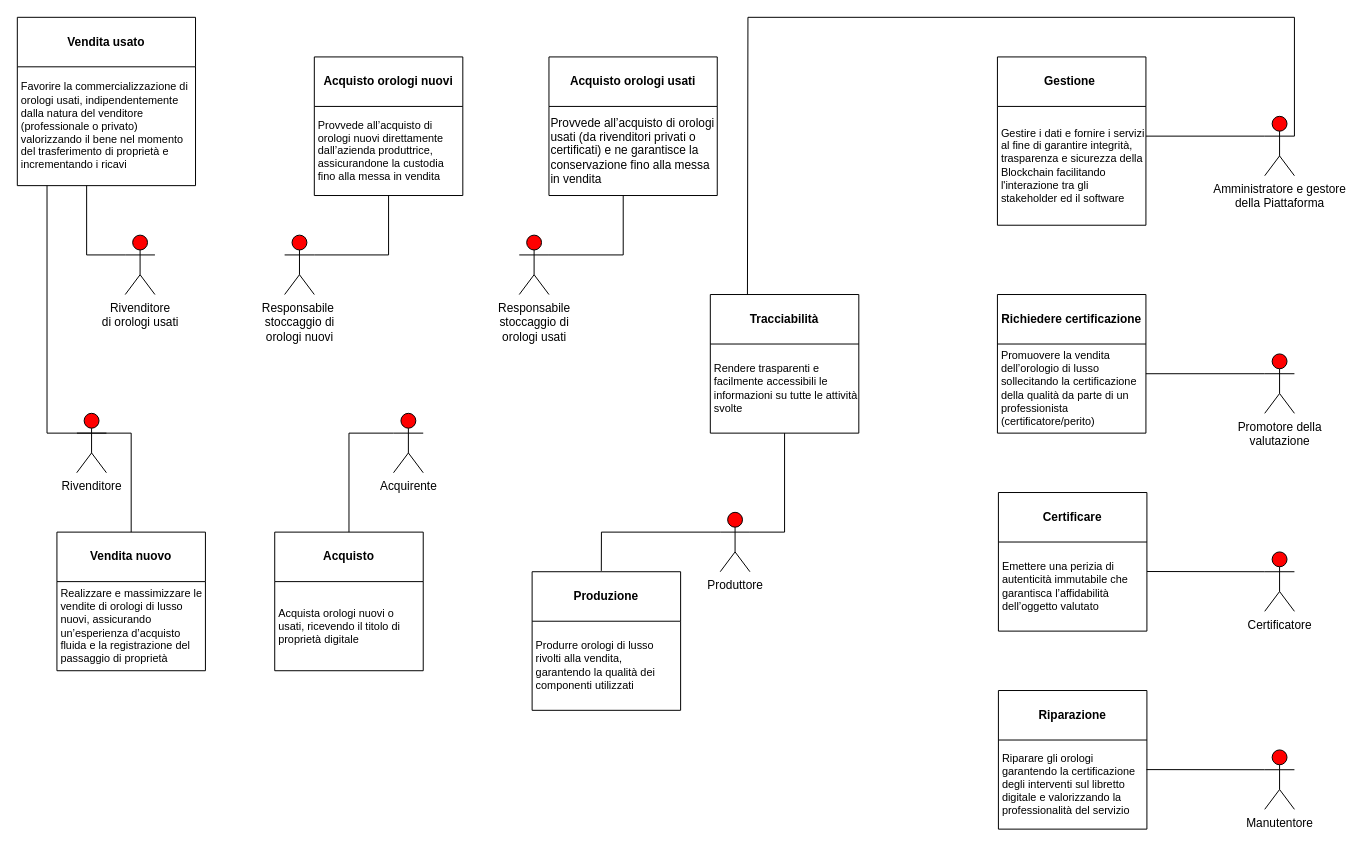
Before: Diagrammi/Capitolo3/GoalRoleDiagram.drawio in Vittorio92/ProgettoSistemiInformativi, a draw.io diagram. Source tidied: cells renumbered, new cells numbered last; positions are measured from the earlier drawing's top-left corner, leaving out a move shared by most shapes. Both pictures are drawn from the tidied source at 99%, with x=0, y=0 at pixel (17, 17).
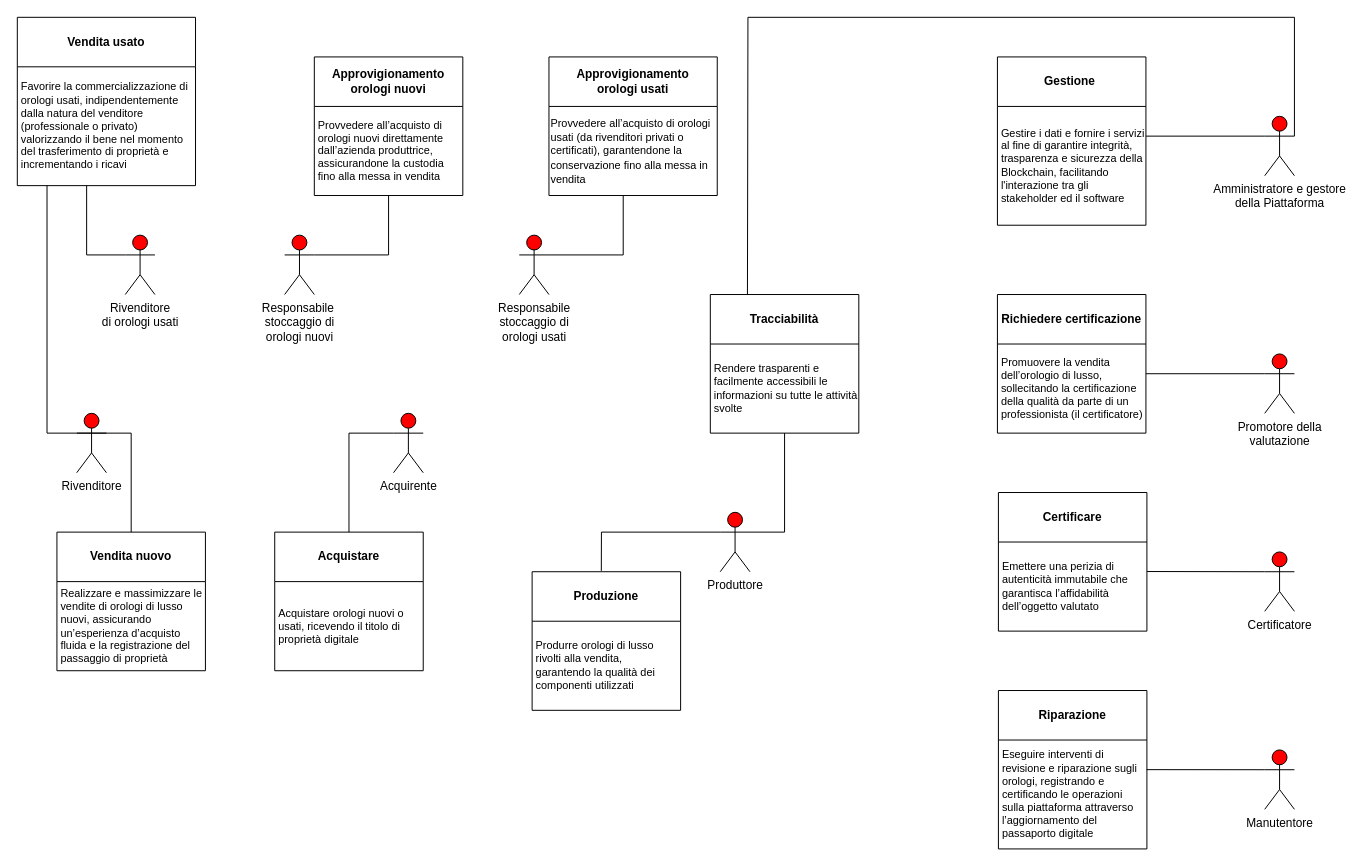
Above is the later version.

Commit message (it also covers changes not shown here):
Modifiche diagrammi Capitolo3

Unchanged cells that the change refers to:
```xml
<mxCell id="3" value="Manutentore" style="shape=umlActor;verticalLabelPosition=bottom;verticalAlign=top;html=1;fillColor=#FF0000;" parent="1" vertex="1">
  <mxGeometry x="1260" y="740" width="30" height="60" as="geometry" />
</mxCell>
<mxCell id="11" value="&lt;b&gt;Gestione&amp;nbsp;&lt;/b&gt;" style="swimlane;fontStyle=0;horizontal=1;startSize=50;whiteSpace=wrap;html=1;" parent="1" vertex="1">
  <mxGeometry x="990" y="40" width="150" height="170" as="geometry" />
</mxCell>
<mxCell id="44" value="&lt;b&gt;Richiedere certificazione&lt;/b&gt;" style="swimlane;fontStyle=0;horizontal=1;startSize=50;whiteSpace=wrap;html=1;" parent="1" vertex="1">
  <mxGeometry x="990" y="280" width="150" height="140" as="geometry" />
</mxCell>
```

The edit, as a diff of the source:
```diff
@@
-    <mxCell id="12" value="Gestire i dati e fornire i servizi al fine di garantire integrità, trasparenza e sicurezza della Blockchain&amp;nbsp;&lt;span style=&quot;background-color: transparent; color: light-dark(rgb(0, 0, 0), rgb(255, 255, 255));&quot;&gt;facilitando l'interazione tra gli stakeholder ed il software&lt;/span&gt;" style="text;html=1;whiteSpace=wrap;strokeColor=none;fillColor=none;align=left;verticalAlign=middle;rounded=0;fontSize=11;spacingLeft=2;" parent="11" vertex="1">
+    <mxCell id="12" value="Gestire i dati e fornire i servizi al fine di garantire integrità, trasparenza e sicurezza della Blockchain,&amp;nbsp;&lt;span style=&quot;background-color: transparent; color: light-dark(rgb(0, 0, 0), rgb(255, 255, 255));&quot;&gt;facilitando l'interazione tra gli stakeholder ed il software&lt;/span&gt;" style="text;html=1;whiteSpace=wrap;strokeColor=none;fillColor=none;align=left;verticalAlign=middle;rounded=0;fontSize=11;spacingLeft=2;" parent="11" vertex="1">
       <mxGeometry y="50" width="150" height="120" as="geometry" />
     </mxCell>
@@
     <mxCell id="15" value="&lt;b&gt;Riparazione&lt;/b&gt;" style="swimlane;fontStyle=0;horizontal=1;startSize=50;whiteSpace=wrap;html=1;" parent="1" vertex="1">
-      <mxGeometry x="991" y="680" width="150" height="140" as="geometry" />
+      <mxGeometry x="991" y="680" width="150" height="160" as="geometry" />
     </mxCell>
-    <mxCell id="16" value="Riparare gli orologi garantendo la certificazione degli interventi sul libretto digitale e valorizzando la professionalità del servizio" style="text;html=1;whiteSpace=wrap;strokeColor=none;fillColor=none;align=left;verticalAlign=middle;rounded=0;fontSize=11;spacingLeft=2;" parent="15" vertex="1">
-      <mxGeometry y="50" width="150" height="90" as="geometry" />
+    <mxCell id="16" value="Eseguire interventi di revisione e riparazione sugli orologi, registrando e certificando le operazioni sulla piattaforma attraverso l’aggiornamento del passaporto digitale" style="text;html=1;whiteSpace=wrap;strokeColor=none;fillColor=none;align=left;verticalAlign=middle;rounded=0;fontSize=11;spacingLeft=2;" parent="15" vertex="1">
+      <mxGeometry y="50" width="150" height="110" as="geometry" />
     </mxCell>
@@
-    <mxCell id="23" value="&lt;b&gt;Acquisto orologi usati&lt;/b&gt;" style="swimlane;fontStyle=0;horizontal=1;startSize=50;whiteSpace=wrap;html=1;align=center;" parent="1" vertex="1">
+    <mxCell id="23" value="&lt;b&gt;Approvigionamento&lt;/b&gt;&lt;div&gt;&lt;b&gt;orologi usati&lt;/b&gt;&lt;/div&gt;" style="swimlane;fontStyle=0;horizontal=1;startSize=50;whiteSpace=wrap;html=1;align=center;" parent="1" vertex="1">
       <mxGeometry x="537" y="40" width="170" height="140" as="geometry" />
     </mxCell>
-    <mxCell id="24" value="Provvede all’acquisto di orologi usati (da rivenditori privati o certificati) e ne garantisce la conservazione fino alla messa in vendita" style="text;html=1;whiteSpace=wrap;strokeColor=none;fillColor=none;align=left;verticalAlign=middle;rounded=0;" parent="23" vertex="1">
+    <mxCell id="24" value="&lt;font style=&quot;font-size: 11px;&quot;&gt;Provvedere all’acquisto di orologi usati (da rivenditori privati o certificati), garantendone la conservazione fino alla messa in vendita&lt;/font&gt;" style="text;html=1;whiteSpace=wrap;strokeColor=none;fillColor=none;align=left;verticalAlign=middle;rounded=0;" parent="23" vertex="1">
       <mxGeometry y="50" width="170" height="90" as="geometry" />
     </mxCell>
@@
-    <mxCell id="27" value="&lt;b&gt;Acquisto orologi nuovi&lt;/b&gt;" style="swimlane;fontStyle=0;horizontal=1;startSize=50;whiteSpace=wrap;html=1;" parent="1" vertex="1">
+    <mxCell id="27" value="&lt;b&gt;Approvigionamento&lt;/b&gt;&lt;div&gt;&lt;b&gt;orologi nuovi&lt;/b&gt;&lt;/div&gt;" style="swimlane;fontStyle=0;horizontal=1;startSize=50;whiteSpace=wrap;html=1;" parent="1" vertex="1">
       <mxGeometry x="300" y="40" width="150" height="140" as="geometry" />
     </mxCell>
-    <mxCell id="28" value="Provvede all’acquisto di orologi nuovi direttamente dall’azienda produttrice, assicurandone la custodia fino alla messa in vendita" style="text;html=1;whiteSpace=wrap;strokeColor=none;fillColor=none;align=left;verticalAlign=middle;rounded=0;fontSize=11;spacingLeft=2;" parent="27" vertex="1">
+    <mxCell id="28" value="Provvedere all’acquisto di orologi nuovi direttamente dall’azienda produttrice, assicurandone la custodia fino alla messa in vendita" style="text;html=1;whiteSpace=wrap;strokeColor=none;fillColor=none;align=left;verticalAlign=middle;rounded=0;fontSize=11;spacingLeft=2;" parent="27" vertex="1">
       <mxGeometry y="50" width="150" height="90" as="geometry" />
     </mxCell>
-    <mxCell id="29" value="&lt;b&gt;Acquisto&lt;/b&gt;" style="swimlane;fontStyle=0;horizontal=1;startSize=50;whiteSpace=wrap;html=1;" parent="1" vertex="1">
+    <mxCell id="29" value="&lt;b&gt;Acquistare&lt;/b&gt;" style="swimlane;fontStyle=0;horizontal=1;startSize=50;whiteSpace=wrap;html=1;" parent="1" vertex="1">
       <mxGeometry x="260" y="520" width="150" height="140" as="geometry" />
     </mxCell>
-    <mxCell id="30" value="Acquista orologi nuovi o usati, ricevendo il titolo di proprietà digitale" style="text;html=1;whiteSpace=wrap;strokeColor=none;fillColor=none;align=left;verticalAlign=middle;rounded=0;fontSize=11;spacingLeft=2;" parent="29" vertex="1">
+    <mxCell id="30" value="Acquistare orologi nuovi o usati, ricevendo il titolo di proprietà digitale" style="text;html=1;whiteSpace=wrap;strokeColor=none;fillColor=none;align=left;verticalAlign=middle;rounded=0;fontSize=11;spacingLeft=2;" parent="29" vertex="1">
       <mxGeometry y="50" width="150" height="90" as="geometry" />
     </mxCell>
@@
-    <mxCell id="33" style="endArrow=none;html=1;rounded=0;exitX=0.997;exitY=0.332;exitDx=0;exitDy=0;exitPerimeter=0;entryX=0;entryY=0.3333333333333333;entryDx=0;entryDy=0;entryPerimeter=0;" parent="1" edge="1" source="16" target="3">
+    <mxCell id="33" style="endArrow=none;html=1;rounded=0;exitX=0.998;exitY=0.272;exitDx=0;exitDy=0;entryX=0;entryY=0.3333333333333333;entryDx=0;entryDy=0;entryPerimeter=0;exitPerimeter=0;" parent="1" edge="1" source="16" target="3">
       <mxGeometry relative="1" as="geometry" />
     </mxCell>
@@
-    <mxCell id="45" value="Promuovere la vendita dell’orologio di lusso sollecitando la certificazione della qualità da parte di un professionista (certificatore/perito)" style="text;html=1;whiteSpace=wrap;strokeColor=none;fillColor=none;align=left;verticalAlign=middle;rounded=0;fontSize=11;spacingLeft=2;" parent="44" vertex="1">
+    <mxCell id="45" value="Promuovere la vendita dell’orologio di lusso, sollecitando la certificazione della qualità da parte di un professionista (il certificatore)" style="text;html=1;whiteSpace=wrap;strokeColor=none;fillColor=none;align=left;verticalAlign=middle;rounded=0;fontSize=11;spacingLeft=2;" parent="44" vertex="1">
       <mxGeometry y="50" width="150" height="90" as="geometry" />
     </mxCell>
```
